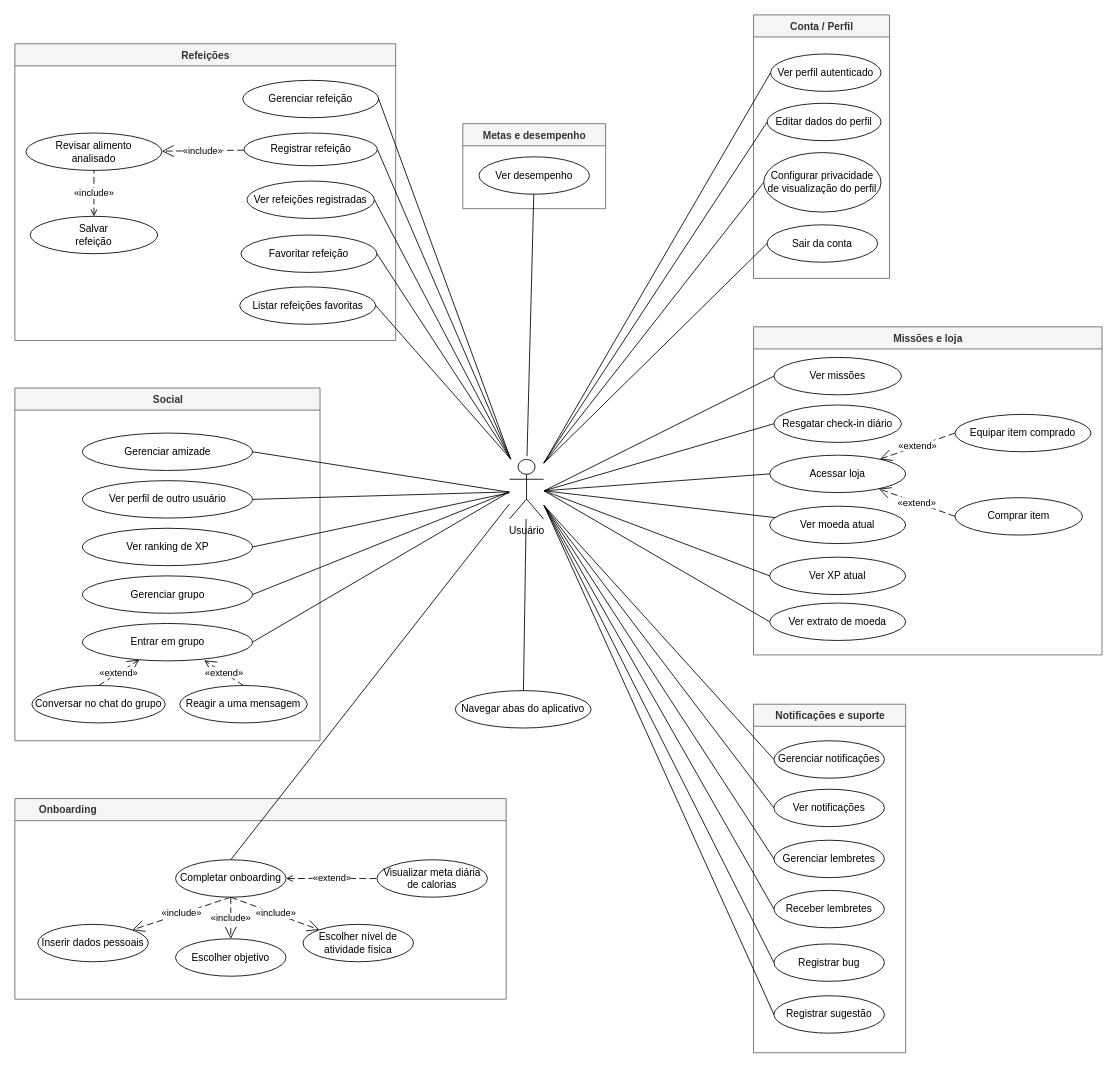
The draw.io diagram page "Usuário" (1 of 4) of frontend/CasosDeUso.drawio in israelhub/JacalorIA-CONTADOR-DE-CALORIAS, before the edit. Source tidied: cells renumbered, new cells numbered last; positions are measured from the earlier drawing's top-left corner, leaving out a move shared by most shapes. Both pictures are drawn from the tidied source at 85%, with x=0, y=0 at pixel (14, 14).
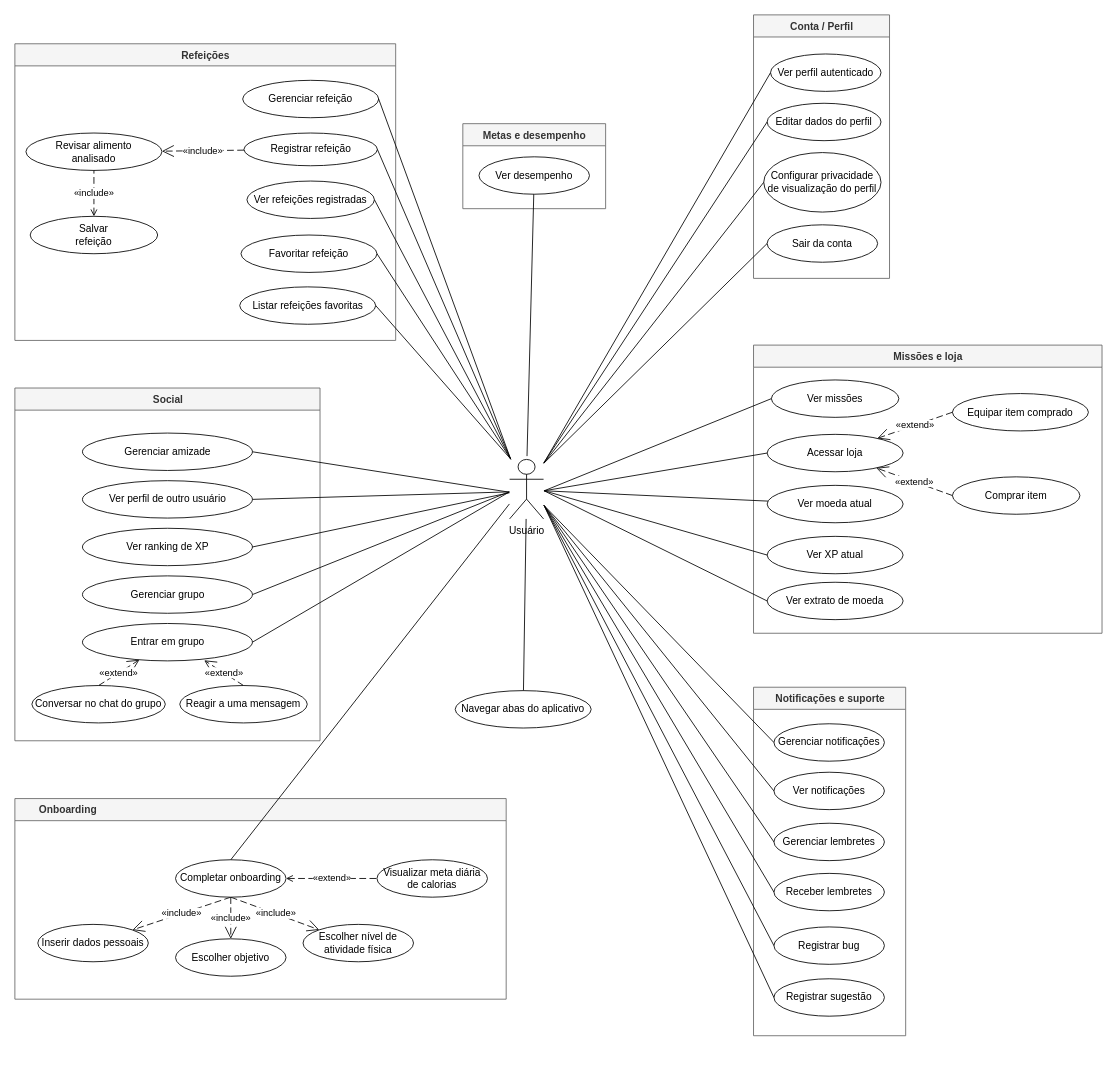
The same diagram, later.

Diff of the diagram source:
```diff
@@
     <mxCell id="40" value="Missões e loja" style="swimlane;fontStyle=1;align=center;verticalAlign=top;startSize=26;fillColor=#f5f5f5;strokeColor=#666666;fontColor=#333333;html=1;" parent="1" vertex="1">
-      <mxGeometry x="869" y="367" width="410" height="386" as="geometry" />
+      <mxGeometry x="869" y="388.5" width="410" height="339" as="geometry" />
     </mxCell>
     <mxCell id="41" value="Ver missões" style="ellipse;whiteSpace=wrap;html=1;" parent="40" vertex="1">
-      <mxGeometry x="24" y="36" width="150" height="44" as="geometry" />
+      <mxGeometry x="21" y="41" width="150" height="44" as="geometry" />
     </mxCell>
-    <mxCell id="42" value="Resgatar check-in diário" style="ellipse;whiteSpace=wrap;html=1;" parent="40" vertex="1">
-      <mxGeometry x="24" y="92" width="150" height="44" as="geometry" />
-    </mxCell>
     <mxCell id="43" value="Acessar loja" style="ellipse;whiteSpace=wrap;html=1;" parent="40" vertex="1">
-      <mxGeometry x="19" y="151" width="160" height="44" as="geometry" />
+      <mxGeometry x="16" y="105" width="160" height="44" as="geometry" />
     </mxCell>
     <mxCell id="44" value="Comprar item" style="ellipse;whiteSpace=wrap;html=1;" parent="40" vertex="1">
-      <mxGeometry x="237" y="201" width="150" height="44" as="geometry" />
+      <mxGeometry x="234" y="155" width="150" height="44" as="geometry" />
     </mxCell>
     <mxCell id="45" value="Ver moeda atual" style="ellipse;whiteSpace=wrap;html=1;" parent="40" vertex="1">
-      <mxGeometry x="19" y="211" width="160" height="44" as="geometry" />
+      <mxGeometry x="16" y="165" width="160" height="44" as="geometry" />
     </mxCell>
     <mxCell id="46" value="Ver XP atual" style="ellipse;whiteSpace=wrap;html=1;" parent="40" vertex="1">
-      <mxGeometry x="19" y="271" width="160" height="44" as="geometry" />
+      <mxGeometry x="16" y="225" width="160" height="44" as="geometry" />
     </mxCell>
     <mxCell id="47" value="Equipar item comprado" style="ellipse;whiteSpace=wrap;html=1;" parent="40" vertex="1">
-      <mxGeometry x="237" y="103" width="160" height="44" as="geometry" />
+      <mxGeometry x="234" y="57" width="160" height="44" as="geometry" />
     </mxCell>
@@
     <mxCell id="49" value="Ver extrato de moeda" style="ellipse;whiteSpace=wrap;html=1;" parent="40" vertex="1">
-      <mxGeometry x="19" y="325" width="160" height="44" as="geometry" />
+      <mxGeometry x="16" y="279" width="160" height="44" as="geometry" />
     </mxCell>
+    <mxCell id="54" value="«extend»" style="endArrow=open;html=1;endSize=12;dashed=1;dashPattern=8 4;rounded=0;exitX=0;exitY=0.5;exitDx=0;exitDy=0;" parent="40" edge="1" source="44" target="43">
+      <mxGeometry relative="1" as="geometry" />
+    </mxCell>
@@
-    <mxCell id="51" style="endArrow=none;html=1;rounded=0;strokeWidth=1;entryX=0;entryY=0.5;entryDx=0;entryDy=0;" parent="1" edge="1" target="42">
-      <mxGeometry relative="1" as="geometry">
-        <mxPoint x="622.6" y="559.9" as="sourcePoint" />
-      </mxGeometry>
-    </mxCell>
@@
-    <mxCell id="54" value="«extend»" style="endArrow=open;html=1;endSize=12;dashed=1;dashPattern=8 4;rounded=0;exitX=0;exitY=0.5;exitDx=0;exitDy=0;" parent="1" edge="1" source="44" target="43">
-      <mxGeometry relative="1" as="geometry" />
-    </mxCell>
@@
     <mxCell id="70" value="Notificações e suporte" style="swimlane;fontStyle=1;align=center;verticalAlign=top;startSize=26;fillColor=#f5f5f5;strokeColor=#666666;fontColor=#333333;html=1;" parent="1" vertex="1">
-      <mxGeometry x="869" y="811" width="179" height="410" as="geometry" />
+      <mxGeometry x="869" y="791" width="179" height="410" as="geometry" />
     </mxCell>
```
